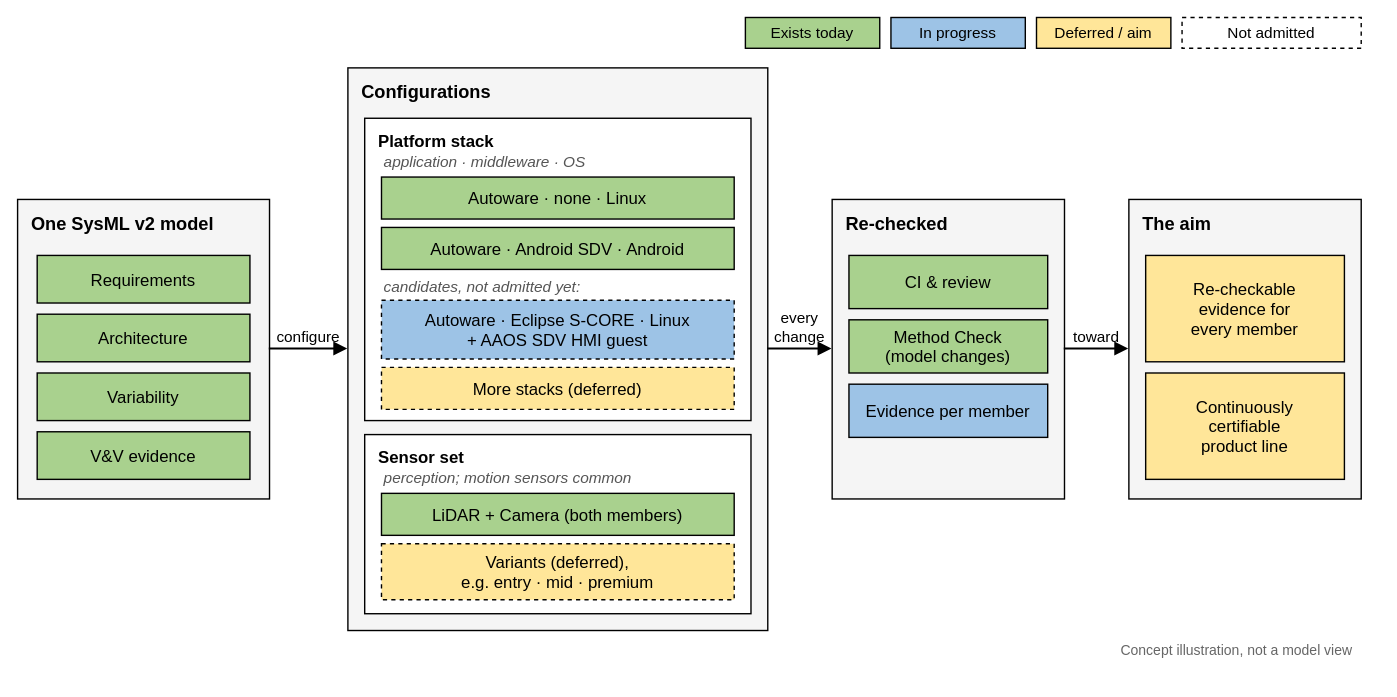
de4sdv/DE4SDV keeps this draw.io diagram as docs/getting-started/concept-vision-and-aim.drawio.svg. Above is the earlier version. Source tidied: cells renumbered, new cells last; positions are measured from the earlier drawing's top-left corner, leaving out a move shared by most shapes.
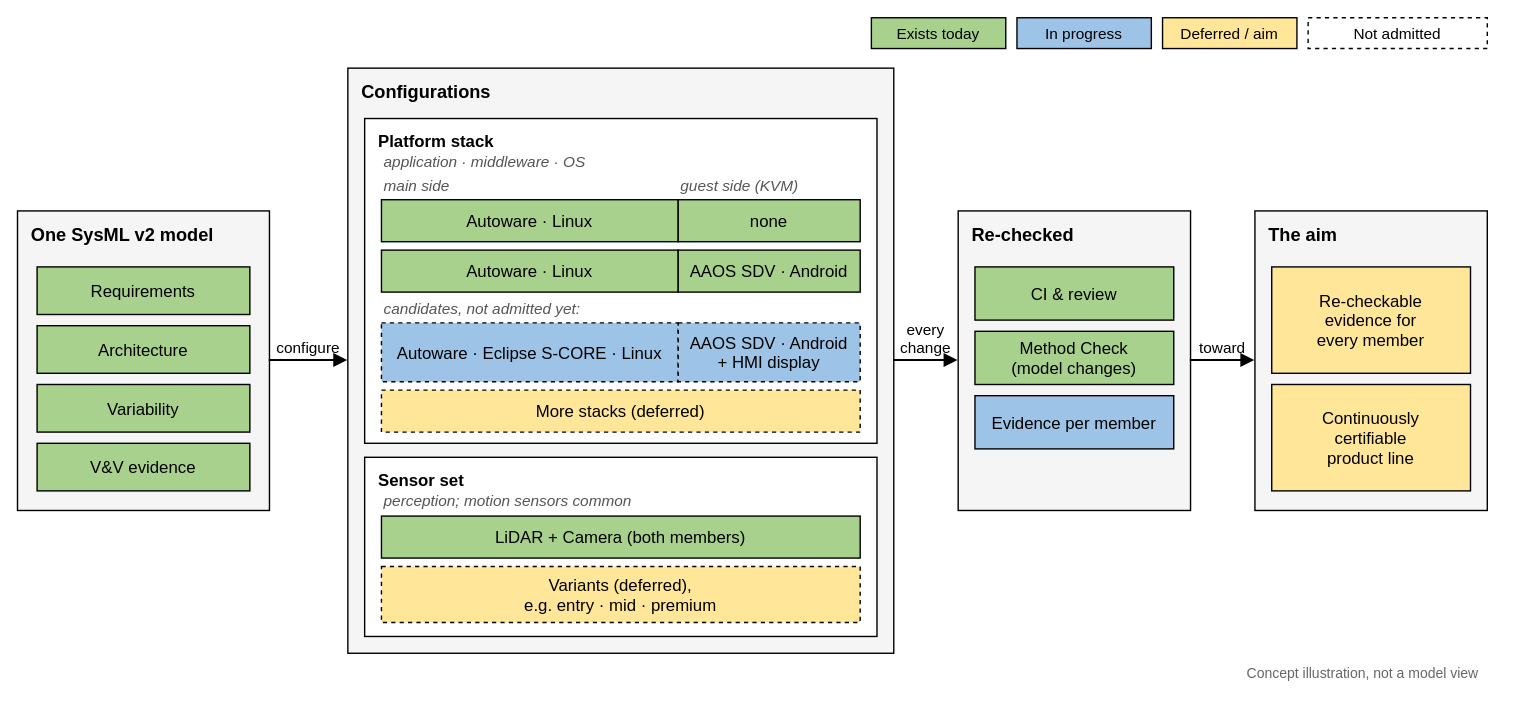
The same file after the commit.

Commit message:
docs(getting-started): the case-study figure shows the main and guest side after INC-MW-011 phase 9 (#431)

Diff of the diagram source:
```diff
@@ -15,88 +15,103 @@
       <mxGeometry x="832" width="128" height="22" as="geometry" />
     </mxCell>
     <mxCell id="6" value="Configurations" style="rounded=0;html=0;fillColor=#f5f5f5;strokeColor=#000000;strokeWidth=1;verticalAlign=top;align=left;spacingLeft=8;spacingTop=3;fontStyle=1;fontSize=13;fontFamily=Helvetica;fontColor=#000000;" parent="1" vertex="1">
-      <mxGeometry x="236" y="36" width="300" height="402" as="geometry" />
+      <mxGeometry x="146" y="36" width="390" height="418" as="geometry" />
     </mxCell>
     <mxCell id="7" value="Platform stack" style="rounded=0;html=0;fillColor=#ffffff;strokeColor=#000000;strokeWidth=1;verticalAlign=top;align=left;spacingLeft=8;spacingTop=3;fontStyle=1;fontSize=12;fontFamily=Helvetica;fontColor=#000000;" parent="6" vertex="1">
-      <mxGeometry x="12" y="36" width="276" height="216" as="geometry" />
+      <mxGeometry x="12" y="36" width="366" height="232" as="geometry" />
     </mxCell>
     <mxCell id="8" value="application · middleware · OS" style="text;html=0;align=left;verticalAlign=middle;spacingLeft=2;fontSize=11;fontStyle=2;strokeColor=none;fillColor=none;fontFamily=Helvetica;fontColor=#555555;" parent="7" vertex="1">
-      <mxGeometry x="10" y="23" width="256" height="15" as="geometry" />
+      <mxGeometry x="10" y="23" width="346" height="15" as="geometry" />
     </mxCell>
-    <mxCell id="9" value="Autoware · none · Linux" style="rounded=0;html=0;strokeColor=#000000;strokeWidth=1;fontSize=12;fontFamily=Helvetica;fontColor=#000000;fillColor=#a9d18e;" parent="7" vertex="1">
-      <mxGeometry x="12" y="42" width="252" height="30" as="geometry" />
+    <mxCell id="9" value="main side" style="text;html=0;align=left;verticalAlign=middle;spacingLeft=2;fontSize=11;fontStyle=2;strokeColor=none;fillColor=none;fontFamily=Helvetica;fontColor=#555555;" parent="7" vertex="1">
+      <mxGeometry x="10" y="40" width="212" height="15" as="geometry" />
     </mxCell>
-    <mxCell id="10" value="Autoware · Android SDV · Android" style="rounded=0;html=0;strokeColor=#000000;strokeWidth=1;fontSize=12;fontFamily=Helvetica;fontColor=#000000;fillColor=#a9d18e;" parent="7" vertex="1">
-      <mxGeometry x="12" y="78" width="252" height="30" as="geometry" />
+    <mxCell id="10" value="guest side (KVM)" style="text;html=0;align=left;verticalAlign=middle;spacingLeft=2;fontSize=11;fontStyle=2;strokeColor=none;fillColor=none;fontFamily=Helvetica;fontColor=#555555;" parent="7" vertex="1">
+      <mxGeometry x="222" y="40" width="130" height="15" as="geometry" />
     </mxCell>
-    <mxCell id="11" value="candidates, not admitted yet:" style="text;html=0;align=left;verticalAlign=middle;spacingLeft=2;fontSize=11;fontStyle=2;strokeColor=none;fillColor=none;fontFamily=Helvetica;fontColor=#555555;" parent="7" vertex="1">
-      <mxGeometry x="10" y="112" width="280" height="16" as="geometry" />
+    <mxCell id="11" value="Autoware · Linux" style="rounded=0;html=0;strokeColor=#000000;strokeWidth=1;fontSize=12;fontFamily=Helvetica;fontColor=#000000;fillColor=#a9d18e;" parent="7" vertex="1">
+      <mxGeometry x="12" y="58" width="212" height="30" as="geometry" />
     </mxCell>
-    <mxCell id="12" value="Autoware · Eclipse S-CORE · Linux&#10;+ AAOS SDV HMI guest" style="rounded=0;html=0;strokeColor=#000000;strokeWidth=1;fontSize=12;fontFamily=Helvetica;fontColor=#000000;fillColor=#9dc3e6;dashed=1;" parent="7" vertex="1">
-      <mxGeometry x="12" y="130" width="252" height="42" as="geometry" />
+    <mxCell id="12" value="none" style="rounded=0;html=0;strokeColor=#000000;strokeWidth=1;fontSize=12;fontFamily=Helvetica;fontColor=#000000;fillColor=#a9d18e;" parent="7" vertex="1">
+      <mxGeometry x="224" y="58" width="130" height="30" as="geometry" />
     </mxCell>
-    <mxCell id="13" value="More stacks (deferred)" style="rounded=0;html=0;strokeColor=#000000;strokeWidth=1;fontSize=12;fontFamily=Helvetica;fontColor=#000000;fillColor=#ffe699;dashed=1;" parent="7" vertex="1">
-      <mxGeometry x="12" y="178" width="252" height="30" as="geometry" />
+    <mxCell id="13" value="Autoware · Linux" style="rounded=0;html=0;strokeColor=#000000;strokeWidth=1;fontSize=12;fontFamily=Helvetica;fontColor=#000000;fillColor=#a9d18e;" parent="7" vertex="1">
+      <mxGeometry x="12" y="94" width="212" height="30" as="geometry" />
     </mxCell>
-    <mxCell id="14" value="Sensor set" style="rounded=0;html=0;fillColor=#ffffff;strokeColor=#000000;strokeWidth=1;verticalAlign=top;align=left;spacingLeft=8;spacingTop=3;fontStyle=1;fontSize=12;fontFamily=Helvetica;fontColor=#000000;" parent="6" vertex="1">
-      <mxGeometry x="12" y="262" width="276" height="128" as="geometry" />
+    <mxCell id="14" value="AAOS SDV · Android" style="rounded=0;html=0;strokeColor=#000000;strokeWidth=1;fontSize=12;fontFamily=Helvetica;fontColor=#000000;fillColor=#a9d18e;" parent="7" vertex="1">
+      <mxGeometry x="224" y="94" width="130" height="30" as="geometry" />
     </mxCell>
-    <mxCell id="15" value="perception; motion sensors common" style="text;html=0;align=left;verticalAlign=middle;spacingLeft=2;fontSize=11;fontStyle=2;strokeColor=none;fillColor=none;fontFamily=Helvetica;fontColor=#555555;" parent="14" vertex="1">
-      <mxGeometry x="10" y="23" width="256" height="15" as="geometry" />
+    <mxCell id="15" value="candidates, not admitted yet:" style="text;html=0;align=left;verticalAlign=middle;spacingLeft=2;fontSize=11;fontStyle=2;strokeColor=none;fillColor=none;fontFamily=Helvetica;fontColor=#555555;" parent="7" vertex="1">
+      <mxGeometry x="10" y="128" width="280" height="16" as="geometry" />
     </mxCell>
-    <mxCell id="16" value="LiDAR + Camera (both members)" style="rounded=0;html=0;strokeColor=#000000;strokeWidth=1;fontSize=12;fontFamily=Helvetica;fontColor=#000000;fillColor=#a9d18e;" parent="14" vertex="1">
-      <mxGeometry x="12" y="42" width="252" height="30" as="geometry" />
+    <mxCell id="16" value="Autoware · Eclipse S-CORE · Linux" style="rounded=0;html=0;strokeColor=#000000;strokeWidth=1;fontSize=12;fontFamily=Helvetica;fontColor=#000000;fillColor=#9dc3e6;dashed=1;" parent="7" vertex="1">
+      <mxGeometry x="12" y="146" width="212" height="42" as="geometry" />
     </mxCell>
-    <mxCell id="17" value="Variants (deferred),&#10;e.g. entry · mid · premium" style="rounded=0;html=0;strokeColor=#000000;strokeWidth=1;fontSize=12;fontFamily=Helvetica;fontColor=#000000;fillColor=#ffe699;dashed=1;" parent="14" vertex="1">
-      <mxGeometry x="12" y="78" width="252" height="40" as="geometry" />
+    <mxCell id="17" value="AAOS SDV · Android&#10;+ HMI display" style="rounded=0;html=0;strokeColor=#000000;strokeWidth=1;fontSize=12;fontFamily=Helvetica;fontColor=#000000;fillColor=#9dc3e6;dashed=1;" parent="7" vertex="1">
+      <mxGeometry x="224" y="146" width="130" height="42" as="geometry" />
     </mxCell>
-    <mxCell id="18" value="One SysML v2 model" style="rounded=0;html=0;fillColor=#f5f5f5;strokeColor=#000000;strokeWidth=1;verticalAlign=top;align=left;spacingLeft=8;spacingTop=3;fontStyle=1;fontSize=13;fontFamily=Helvetica;fontColor=#000000;" parent="1" vertex="1">
-      <mxGeometry y="130" width="180" height="214" as="geometry" />
+    <mxCell id="18" value="More stacks (deferred)" style="rounded=0;html=0;strokeColor=#000000;strokeWidth=1;fontSize=12;fontFamily=Helvetica;fontColor=#000000;fillColor=#ffe699;dashed=1;" parent="7" vertex="1">
+      <mxGeometry x="12" y="194" width="342" height="30" as="geometry" />
     </mxCell>
-    <mxCell id="19" value="Requirements" style="rounded=0;html=0;strokeColor=#000000;strokeWidth=1;fontSize=12;fontFamily=Helvetica;fontColor=#000000;fillColor=#a9d18e;" parent="18" vertex="1">
-      <mxGeometry x="14" y="40" width="152" height="34" as="geometry" />
+    <mxCell id="19" value="Sensor set" style="rounded=0;html=0;fillColor=#ffffff;strokeColor=#000000;strokeWidth=1;verticalAlign=top;align=left;spacingLeft=8;spacingTop=3;fontStyle=1;fontSize=12;fontFamily=Helvetica;fontColor=#000000;" parent="6" vertex="1">
+      <mxGeometry x="12" y="278" width="366" height="128" as="geometry" />
     </mxCell>
-    <mxCell id="20" value="Architecture" style="rounded=0;html=0;strokeColor=#000000;strokeWidth=1;fontSize=12;fontFamily=Helvetica;fontColor=#000000;fillColor=#a9d18e;" parent="18" vertex="1">
-      <mxGeometry x="14" y="82" width="152" height="34" as="geometry" />
+    <mxCell id="20" value="perception; motion sensors common" style="text;html=0;align=left;verticalAlign=middle;spacingLeft=2;fontSize=11;fontStyle=2;strokeColor=none;fillColor=none;fontFamily=Helvetica;fontColor=#555555;" parent="19" vertex="1">
+      <mxGeometry x="10" y="23" width="346" height="15" as="geometry" />
     </mxCell>
-    <mxCell id="21" value="Variability" style="rounded=0;html=0;strokeColor=#000000;strokeWidth=1;fontSize=12;fontFamily=Helvetica;fontColor=#000000;fillColor=#a9d18e;" parent="18" vertex="1">
-      <mxGeometry x="14" y="124" width="152" height="34" as="geometry" />
+    <mxCell id="21" value="LiDAR + Camera (both members)" style="rounded=0;html=0;strokeColor=#000000;strokeWidth=1;fontSize=12;fontFamily=Helvetica;fontColor=#000000;fillColor=#a9d18e;" parent="19" vertex="1">
+      <mxGeometry x="12" y="42" width="342" height="30" as="geometry" />
     </mxCell>
-    <mxCell id="22" value="V&amp;V evidence" style="rounded=0;html=0;strokeColor=#000000;strokeWidth=1;fontSize=12;fontFamily=Helvetica;fontColor=#000000;fillColor=#a9d18e;" parent="18" vertex="1">
-      <mxGeometry x="14" y="166" width="152" height="34" as="geometry" />
+    <mxCell id="22" value="Variants (deferred),&#10;e.g. entry · mid · premium" style="rounded=0;html=0;strokeColor=#000000;strokeWidth=1;fontSize=12;fontFamily=Helvetica;fontColor=#000000;fillColor=#ffe699;dashed=1;" parent="19" vertex="1">
+      <mxGeometry x="12" y="78" width="342" height="40" as="geometry" />
     </mxCell>
-    <mxCell id="23" value="Re-checked" style="rounded=0;html=0;fillColor=#f5f5f5;strokeColor=#000000;strokeWidth=1;verticalAlign=top;align=left;spacingLeft=8;spacingTop=3;fontStyle=1;fontSize=13;fontFamily=Helvetica;fontColor=#000000;" parent="1" vertex="1">
-      <mxGeometry x="582" y="130" width="166" height="214" as="geometry" />
+    <mxCell id="23" value="One SysML v2 model" style="rounded=0;html=0;fillColor=#f5f5f5;strokeColor=#000000;strokeWidth=1;verticalAlign=top;align=left;spacingLeft=8;spacingTop=3;fontStyle=1;fontSize=13;fontFamily=Helvetica;fontColor=#000000;" parent="1" vertex="1">
+      <mxGeometry x="-90" y="138" width="180" height="214" as="geometry" />
     </mxCell>
-    <mxCell id="24" value="CI &amp; review" style="rounded=0;html=0;strokeColor=#000000;strokeWidth=1;fontSize=12;fontFamily=Helvetica;fontColor=#000000;fillColor=#a9d18e;" parent="23" vertex="1">
-      <mxGeometry x="12" y="40" width="142" height="38" as="geometry" />
+    <mxCell id="24" value="Requirements" style="rounded=0;html=0;strokeColor=#000000;strokeWidth=1;fontSize=12;fontFamily=Helvetica;fontColor=#000000;fillColor=#a9d18e;" parent="23" vertex="1">
+      <mxGeometry x="14" y="40" width="152" height="34" as="geometry" />
     </mxCell>
-    <mxCell id="25" value="Method Check&#10;(model changes)" style="rounded=0;html=0;strokeColor=#000000;strokeWidth=1;fontSize=12;fontFamily=Helvetica;fontColor=#000000;fillColor=#a9d18e;" parent="23" vertex="1">
-      <mxGeometry x="12" y="86" width="142" height="38" as="geometry" />
+    <mxCell id="25" value="Architecture" style="rounded=0;html=0;strokeColor=#000000;strokeWidth=1;fontSize=12;fontFamily=Helvetica;fontColor=#000000;fillColor=#a9d18e;" parent="23" vertex="1">
+      <mxGeometry x="14" y="82" width="152" height="34" as="geometry" />
     </mxCell>
-    <mxCell id="26" value="Evidence per member" style="rounded=0;html=0;strokeColor=#000000;strokeWidth=1;fontSize=12;fontFamily=Helvetica;fontColor=#000000;fillColor=#9dc3e6;" parent="23" vertex="1">
-      <mxGeometry x="12" y="132" width="142" height="38" as="geometry" />
+    <mxCell id="26" value="Variability" style="rounded=0;html=0;strokeColor=#000000;strokeWidth=1;fontSize=12;fontFamily=Helvetica;fontColor=#000000;fillColor=#a9d18e;" parent="23" vertex="1">
+      <mxGeometry x="14" y="124" width="152" height="34" as="geometry" />
     </mxCell>
-    <mxCell id="27" value="The aim" style="rounded=0;html=0;fillColor=#f5f5f5;strokeColor=#000000;strokeWidth=1;verticalAlign=top;align=left;spacingLeft=8;spacingTop=3;fontStyle=1;fontSize=13;fontFamily=Helvetica;fontColor=#000000;" parent="1" vertex="1">
-      <mxGeometry x="794" y="130" width="166" height="214" as="geometry" />
+    <mxCell id="27" value="V&amp;V evidence" style="rounded=0;html=0;strokeColor=#000000;strokeWidth=1;fontSize=12;fontFamily=Helvetica;fontColor=#000000;fillColor=#a9d18e;" parent="23" vertex="1">
+      <mxGeometry x="14" y="166" width="152" height="34" as="geometry" />
     </mxCell>
-    <mxCell id="28" value="Re-checkable&#10;evidence for&#10;every member" style="rounded=0;html=0;strokeColor=#000000;strokeWidth=1;fontSize=12;fontFamily=Helvetica;fontColor=#000000;fillColor=#ffe699;" parent="27" vertex="1">
-      <mxGeometry x="12" y="40" width="142" height="76" as="geometry" />
+    <mxCell id="28" value="Re-checked" style="rounded=0;html=0;fillColor=#f5f5f5;strokeColor=#000000;strokeWidth=1;verticalAlign=top;align=left;spacingLeft=8;spacingTop=3;fontStyle=1;fontSize=13;fontFamily=Helvetica;fontColor=#000000;" parent="1" vertex="1">
+      <mxGeometry x="582" y="138" width="166" height="214" as="geometry" />
     </mxCell>
-    <mxCell id="29" value="Continuously&#10;certifiable&#10;product line" style="rounded=0;html=0;strokeColor=#000000;strokeWidth=1;fontSize=12;fontFamily=Helvetica;fontColor=#000000;fillColor=#ffe699;" parent="27" vertex="1">
-      <mxGeometry x="12" y="124" width="142" height="76" as="geometry" />
+    <mxCell id="29" value="CI &amp; review" style="rounded=0;html=0;strokeColor=#000000;strokeWidth=1;fontSize=12;fontFamily=Helvetica;fontColor=#000000;fillColor=#a9d18e;" parent="28" vertex="1">
+      <mxGeometry x="12" y="40" width="142" height="38" as="geometry" />
     </mxCell>
+    <mxCell id="34" value="Method Check&#10;(model changes)" style="rounded=0;html=0;strokeColor=#000000;strokeWidth=1;fontSize=12;fontFamily=Helvetica;fontColor=#000000;fillColor=#a9d18e;" parent="28" vertex="1">
+      <mxGeometry x="12" y="86" width="142" height="38" as="geometry" />
+    </mxCell>
+    <mxCell id="35" value="Evidence per member" style="rounded=0;html=0;strokeColor=#000000;strokeWidth=1;fontSize=12;fontFamily=Helvetica;fontColor=#000000;fillColor=#9dc3e6;" parent="28" vertex="1">
+      <mxGeometry x="12" y="132" width="142" height="38" as="geometry" />
+    </mxCell>
+    <mxCell id="36" value="The aim" style="rounded=0;html=0;fillColor=#f5f5f5;strokeColor=#000000;strokeWidth=1;verticalAlign=top;align=left;spacingLeft=8;spacingTop=3;fontStyle=1;fontSize=13;fontFamily=Helvetica;fontColor=#000000;" parent="1" vertex="1">
+      <mxGeometry x="794" y="138" width="166" height="214" as="geometry" />
+    </mxCell>
+    <mxCell id="33" value="Re-checkable&#10;evidence for&#10;every member" style="rounded=0;html=0;strokeColor=#000000;strokeWidth=1;fontSize=12;fontFamily=Helvetica;fontColor=#000000;fillColor=#ffe699;" parent="36" vertex="1">
+      <mxGeometry x="12" y="40" width="142" height="76" as="geometry" />
+    </mxCell>
+    <mxCell id="37" value="Continuously&#10;certifiable&#10;product line" style="rounded=0;html=0;strokeColor=#000000;strokeWidth=1;fontSize=12;fontFamily=Helvetica;fontColor=#000000;fillColor=#ffe699;" parent="36" vertex="1">
+      <mxGeometry x="12" y="124" width="142" height="76" as="geometry" />
+    </mxCell>
-    <mxCell id="30" value="configure" style="edgeStyle=orthogonalEdgeStyle;rounded=0;html=0;endArrow=block;endFill=1;strokeColor=#000000;strokeWidth=1.5;fontSize=11;verticalAlign=bottom;labelBackgroundColor=none;fontFamily=Helvetica;fontColor=#000000;exitX=1;exitY=0.5;entryX=0;entryY=0.5;" parent="1" edge="1" source="18" target="6">
+    <mxCell id="30" value="configure" style="edgeStyle=orthogonalEdgeStyle;rounded=0;html=0;endArrow=block;endFill=1;strokeColor=#000000;strokeWidth=1.5;fontSize=11;verticalAlign=bottom;labelBackgroundColor=none;fontFamily=Helvetica;fontColor=#000000;exitX=1;exitY=0.5;entryX=0;entryY=0.5;" parent="1" edge="1" source="23" target="6">
       <mxGeometry relative="1" as="geometry" />
     </mxCell>
-    <mxCell id="31" value="every&#10;change" style="edgeStyle=orthogonalEdgeStyle;rounded=0;html=0;endArrow=block;endFill=1;strokeColor=#000000;strokeWidth=1.5;fontSize=11;verticalAlign=bottom;labelBackgroundColor=none;fontFamily=Helvetica;fontColor=#000000;exitX=1;exitY=0.5;entryX=0;entryY=0.5;" parent="1" edge="1" source="6" target="23">
+    <mxCell id="31" value="every&#10;change" style="edgeStyle=orthogonalEdgeStyle;rounded=0;html=0;endArrow=block;endFill=1;strokeColor=#000000;strokeWidth=1.5;fontSize=11;verticalAlign=bottom;labelBackgroundColor=none;fontFamily=Helvetica;fontColor=#000000;exitX=1;exitY=0.5;entryX=0;entryY=0.5;" parent="1" edge="1" source="6" target="28">
       <mxGeometry relative="1" as="geometry" />
     </mxCell>
-    <mxCell id="32" value="toward" style="edgeStyle=orthogonalEdgeStyle;rounded=0;html=0;endArrow=block;endFill=1;strokeColor=#000000;strokeWidth=1.5;fontSize=11;verticalAlign=bottom;labelBackgroundColor=none;fontFamily=Helvetica;fontColor=#000000;exitX=1;exitY=0.5;entryX=0;entryY=0.5;" parent="1" edge="1" source="23" target="27">
+    <mxCell id="32" value="toward" style="edgeStyle=orthogonalEdgeStyle;rounded=0;html=0;endArrow=block;endFill=1;strokeColor=#000000;strokeWidth=1.5;fontSize=11;verticalAlign=bottom;labelBackgroundColor=none;fontFamily=Helvetica;fontColor=#000000;exitX=1;exitY=0.5;entryX=0;entryY=0.5;" parent="1" edge="1" source="28" target="36">
       <mxGeometry relative="1" as="geometry" />
     </mxCell>
-    <mxCell id="33" value="Concept illustration, not a model view" style="text;html=0;align=right;verticalAlign=middle;spacingRight=4;fontSize=10;fontFamily=Helvetica;fontColor=#666666;strokeColor=none;fillColor=none;" parent="1" vertex="1">
-      <mxGeometry x="660" y="444" width="300" height="16" as="geometry" />
-    </mxCell>
+    <mxCell id="38" value="Concept illustration, not a model view" style="text;html=0;align=right;verticalAlign=middle;spacingRight=4;fontSize=10;fontFamily=Helvetica;fontColor=#666666;strokeColor=none;fillColor=none;" parent="1" vertex="1">
+      <mxGeometry x="660" y="460" width="300" height="16" as="geometry" />
+    </mxCell>
   </root>
 </mxGraphModel>
```
